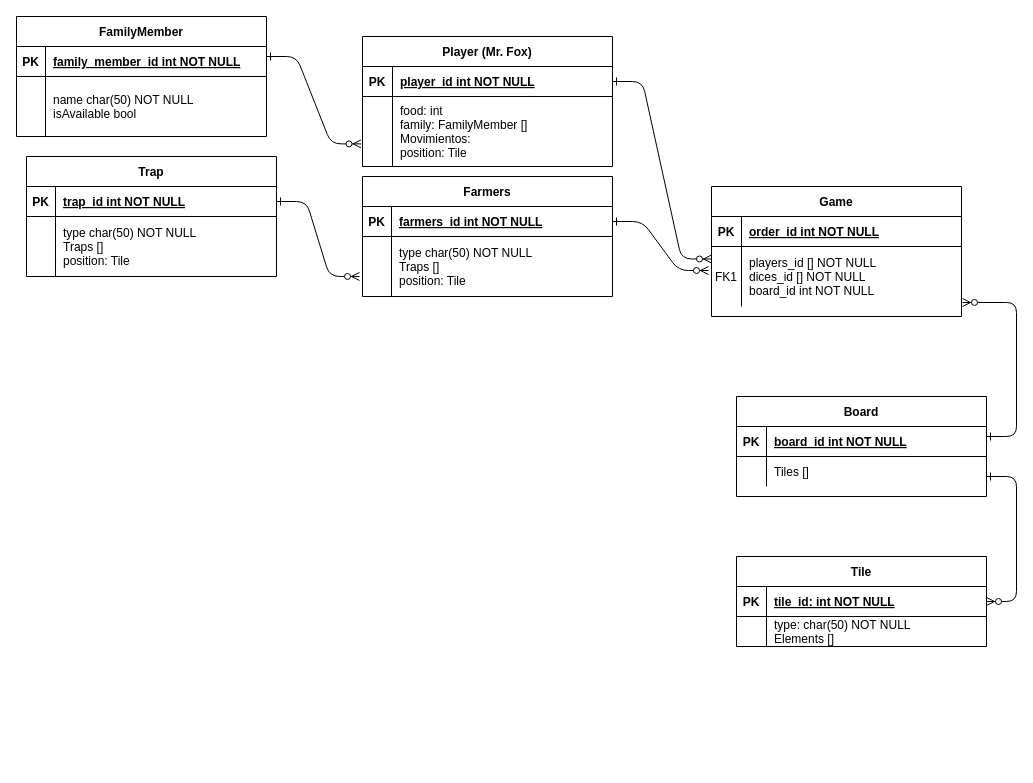
sebaterrazas/ERdiagram keeps this draw.io diagram as Untitled Diagram.drawio. Above is the earlier version. Source tidied: cells renumbered, new cells numbered last; positions are measured from the earlier drawing's top-left corner, leaving out a move shared by most shapes. Both pictures are drawn from the tidied source at 100%, with x=0, y=0 at pixel (16, 16).
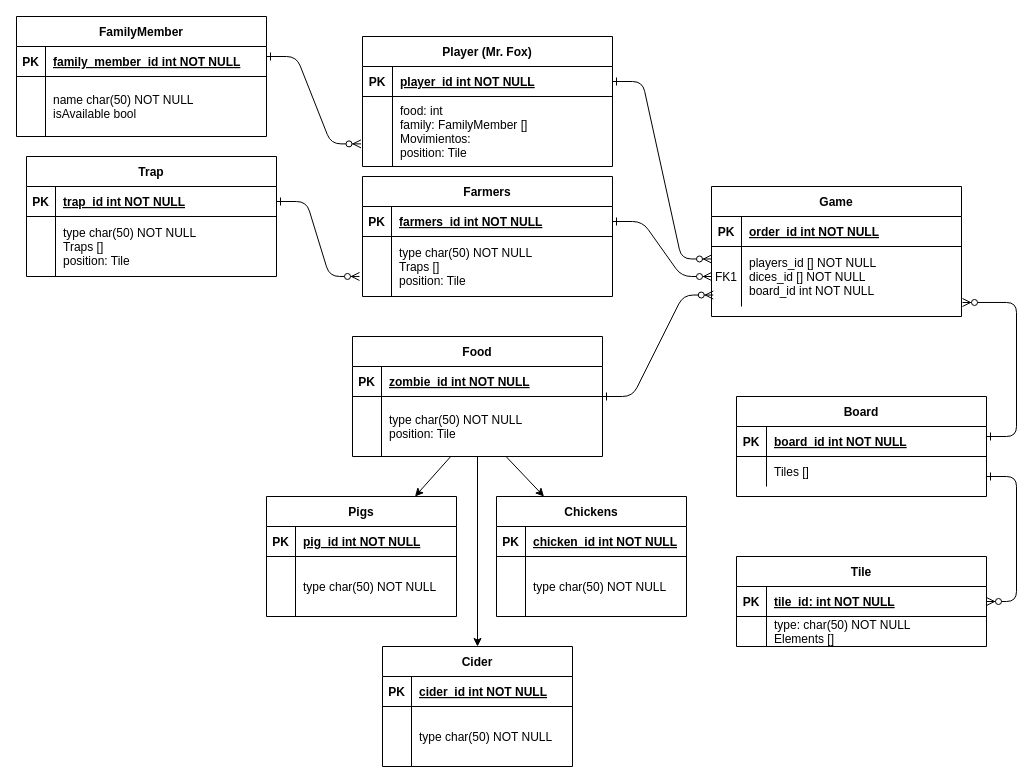
Above is the later version.

Unchanged cells that the change refers to:
```xml
<mxCell id="7" style="shape=partialRectangle;fillColor=none;points=[[0,0.5],[1,0.5]];portConstraint=eastwest;top=0;left=0;right=0;bottom=0;" parent="3" vertex="1">
  <mxGeometry y="60" width="250" height="60" as="geometry" />
</mxCell>
<mxCell id="18" style="shape=partialRectangle;fillColor=none;points=[[0,0.5],[1,0.5]];portConstraint=eastwest;top=0;left=0;right=0;bottom=1;" parent="17" vertex="1">
  <mxGeometry y="30" width="250" height="30" as="geometry" />
</mxCell>
```

Diff of the diagram source:
```diff
@@
-    <mxCell id="24" style="edgeStyle=entityRelationEdgeStyle;endArrow=ERzeroToMany;startArrow=ERone;endFill=1;startFill=0;exitX=1;exitY=0.5;exitDx=0;exitDy=0;entryX=-0.012;entryY=0.4;entryDx=0;entryDy=0;entryPerimeter=0;" parent="1" edge="1" source="18" target="7">
+    <mxCell id="24" style="edgeStyle=entityRelationEdgeStyle;endArrow=ERzeroToMany;startArrow=ERone;endFill=1;startFill=0;exitX=1;exitY=0.5;exitDx=0;exitDy=0;entryX=0;entryY=0.5;entryDx=0;entryDy=0;" parent="1" edge="1" source="18" target="7">
       <mxGeometry relative="1" as="geometry" />
     </mxCell>
@@
+    <mxCell id="57" value="Food" style="shape=table;startSize=30;childLayout=tableLayout;rowLines=0;fontStyle=1;align=center;" parent="1" vertex="1">
+      <mxGeometry x="336" y="320" width="250" height="120" as="geometry" />
+    </mxCell>
+    <mxCell id="58" style="shape=partialRectangle;fillColor=none;top=0;left=0;right=0;bottom=1;" parent="57" vertex="1">
+      <mxGeometry y="30" width="250" height="30" as="geometry" />
+    </mxCell>
+    <mxCell id="59" value="PK" style="shape=partialRectangle;overflow=hidden;fillColor=none;top=0;left=0;bottom=0;right=0;fontStyle=1;" parent="58" vertex="1">
+      <mxGeometry width="29" height="30" as="geometry" />
+    </mxCell>
+    <mxCell id="60" value="zombie_id int NOT NULL " style="shape=partialRectangle;overflow=hidden;fillColor=none;top=0;left=0;bottom=0;right=0;align=left;spacingLeft=6;fontStyle=5;" parent="58" vertex="1">
+      <mxGeometry x="29" width="221" height="30" as="geometry" />
+    </mxCell>
+    <mxCell id="61" style="shape=partialRectangle;fillColor=none;points=[[0,0.5],[1,0.5]];portConstraint=eastwest;top=0;left=0;right=0;bottom=0;" parent="57" vertex="1">
+      <mxGeometry y="60" width="250" height="60" as="geometry" />
+    </mxCell>
+    <mxCell id="62" style="shape=partialRectangle;overflow=hidden;fillColor=none;top=0;left=0;bottom=0;right=0;" parent="61" vertex="1">
+      <mxGeometry width="29" height="60" as="geometry" />
+    </mxCell>
+    <mxCell id="63" value="type char(50) NOT NULL&#10;position: Tile" style="shape=partialRectangle;overflow=hidden;fillColor=none;top=0;left=0;bottom=0;right=0;align=left;spacingLeft=6;" parent="61" vertex="1">
+      <mxGeometry x="29" width="221" height="60" as="geometry" />
+    </mxCell>
+    <mxCell id="64" value="Pigs" style="shape=table;startSize=30;childLayout=tableLayout;rowLines=0;fontStyle=1;align=center;" parent="1" vertex="1">
+      <mxGeometry x="250" y="480" width="190" height="120" as="geometry" />
+    </mxCell>
+    <mxCell id="65" style="shape=partialRectangle;fillColor=none;top=0;left=0;right=0;bottom=1;" parent="64" vertex="1">
+      <mxGeometry y="30" width="190" height="30" as="geometry" />
+    </mxCell>
+    <mxCell id="66" value="PK" style="shape=partialRectangle;overflow=hidden;fillColor=none;top=0;left=0;bottom=0;right=0;fontStyle=1;" parent="65" vertex="1">
+      <mxGeometry width="29" height="30" as="geometry" />
+    </mxCell>
+    <mxCell id="67" value="pig_id int NOT NULL " style="shape=partialRectangle;overflow=hidden;fillColor=none;top=0;left=0;bottom=0;right=0;align=left;spacingLeft=6;fontStyle=5;" parent="65" vertex="1">
+      <mxGeometry x="29" width="161" height="30" as="geometry" />
+    </mxCell>
+    <mxCell id="68" style="shape=partialRectangle;fillColor=none;top=0;left=0;right=0;bottom=0;" parent="64" vertex="1">
+      <mxGeometry y="60" width="190" height="60" as="geometry" />
+    </mxCell>
+    <mxCell id="69" style="shape=partialRectangle;overflow=hidden;fillColor=none;top=0;left=0;bottom=0;right=0;" parent="68" vertex="1">
+      <mxGeometry width="29" height="60" as="geometry" />
+    </mxCell>
+    <mxCell id="70" value="type char(50) NOT NULL" style="shape=partialRectangle;overflow=hidden;fillColor=none;top=0;left=0;bottom=0;right=0;align=left;spacingLeft=6;" parent="68" vertex="1">
+      <mxGeometry x="29" width="161" height="60" as="geometry" />
+    </mxCell>
+    <mxCell id="71" value="Chickens" style="shape=table;startSize=30;childLayout=tableLayout;rowLines=0;fontStyle=1;align=center;" parent="1" vertex="1">
+      <mxGeometry x="480" y="480" width="190" height="120" as="geometry" />
+    </mxCell>
+    <mxCell id="72" style="shape=partialRectangle;fillColor=none;top=0;left=0;right=0;bottom=1;" parent="71" vertex="1">
+      <mxGeometry y="30" width="190" height="30" as="geometry" />
+    </mxCell>
+    <mxCell id="73" value="PK" style="shape=partialRectangle;overflow=hidden;fillColor=none;top=0;left=0;bottom=0;right=0;fontStyle=1;" parent="72" vertex="1">
+      <mxGeometry width="29" height="30" as="geometry" />
+    </mxCell>
+    <mxCell id="74" value="chicken_id int NOT NULL " style="shape=partialRectangle;overflow=hidden;fillColor=none;top=0;left=0;bottom=0;right=0;align=left;spacingLeft=6;fontStyle=5;" parent="72" vertex="1">
+      <mxGeometry x="29" width="161" height="30" as="geometry" />
+    </mxCell>
+    <mxCell id="75" style="shape=partialRectangle;fillColor=none;top=0;left=0;right=0;bottom=0;" parent="71" vertex="1">
+      <mxGeometry y="60" width="190" height="60" as="geometry" />
+    </mxCell>
+    <mxCell id="76" style="shape=partialRectangle;overflow=hidden;fillColor=none;top=0;left=0;bottom=0;right=0;" parent="75" vertex="1">
+      <mxGeometry width="29" height="60" as="geometry" />
+    </mxCell>
+    <mxCell id="77" value="type char(50) NOT NULL" style="shape=partialRectangle;overflow=hidden;fillColor=none;top=0;left=0;bottom=0;right=0;align=left;spacingLeft=6;" parent="75" vertex="1">
+      <mxGeometry x="29" width="161" height="60" as="geometry" />
+    </mxCell>
+    <mxCell id="78" style="endArrow=classic;html=1;rounded=0;entryX=0.25;entryY=0;entryDx=0;entryDy=0;" parent="1" edge="1" source="61" target="71">
+      <mxGeometry relative="1" as="geometry" />
+    </mxCell>
+    <mxCell id="79" style="endArrow=classic;html=1;rounded=0;" parent="1" edge="1" source="61" target="64">
+      <mxGeometry relative="1" as="geometry" />
+    </mxCell>
+    <mxCell id="80" value="Cider" style="shape=table;startSize=30;childLayout=tableLayout;rowLines=0;fontStyle=1;align=center;" parent="1" vertex="1">
+      <mxGeometry x="366" y="630" width="190" height="120" as="geometry" />
+    </mxCell>
+    <mxCell id="81" style="shape=partialRectangle;fillColor=none;top=0;left=0;right=0;bottom=1;" parent="80" vertex="1">
+      <mxGeometry y="30" width="190" height="30" as="geometry" />
+    </mxCell>
+    <mxCell id="82" value="PK" style="shape=partialRectangle;overflow=hidden;fillColor=none;top=0;left=0;bottom=0;right=0;fontStyle=1;" parent="81" vertex="1">
+      <mxGeometry width="29" height="30" as="geometry" />
+    </mxCell>
+    <mxCell id="83" value="cider_id int NOT NULL " style="shape=partialRectangle;overflow=hidden;fillColor=none;top=0;left=0;bottom=0;right=0;align=left;spacingLeft=6;fontStyle=5;" parent="81" vertex="1">
+      <mxGeometry x="29" width="161" height="30" as="geometry" />
+    </mxCell>
+    <mxCell id="84" style="shape=partialRectangle;fillColor=none;top=0;left=0;right=0;bottom=0;" parent="80" vertex="1">
+      <mxGeometry y="60" width="190" height="60" as="geometry" />
+    </mxCell>
+    <mxCell id="85" style="shape=partialRectangle;overflow=hidden;fillColor=none;top=0;left=0;bottom=0;right=0;" parent="84" vertex="1">
+      <mxGeometry width="29" height="60" as="geometry" />
+    </mxCell>
+    <mxCell id="86" value="type char(50) NOT NULL" style="shape=partialRectangle;overflow=hidden;fillColor=none;top=0;left=0;bottom=0;right=0;align=left;spacingLeft=6;" parent="84" vertex="1">
+      <mxGeometry x="29" width="161" height="60" as="geometry" />
+    </mxCell>
+    <mxCell id="87" style="endArrow=classic;html=1;rounded=0;" parent="1" edge="1" source="61" target="80">
+      <mxGeometry relative="1" as="geometry" />
+    </mxCell>
+    <mxCell id="88" style="edgeStyle=entityRelationEdgeStyle;endArrow=ERzeroToMany;startArrow=ERone;endFill=1;startFill=0;entryX=0.007;entryY=0.809;entryDx=0;entryDy=0;entryPerimeter=0;" parent="1" edge="1" source="57" target="7">
+      <mxGeometry relative="1" as="geometry" />
+    </mxCell>
```
